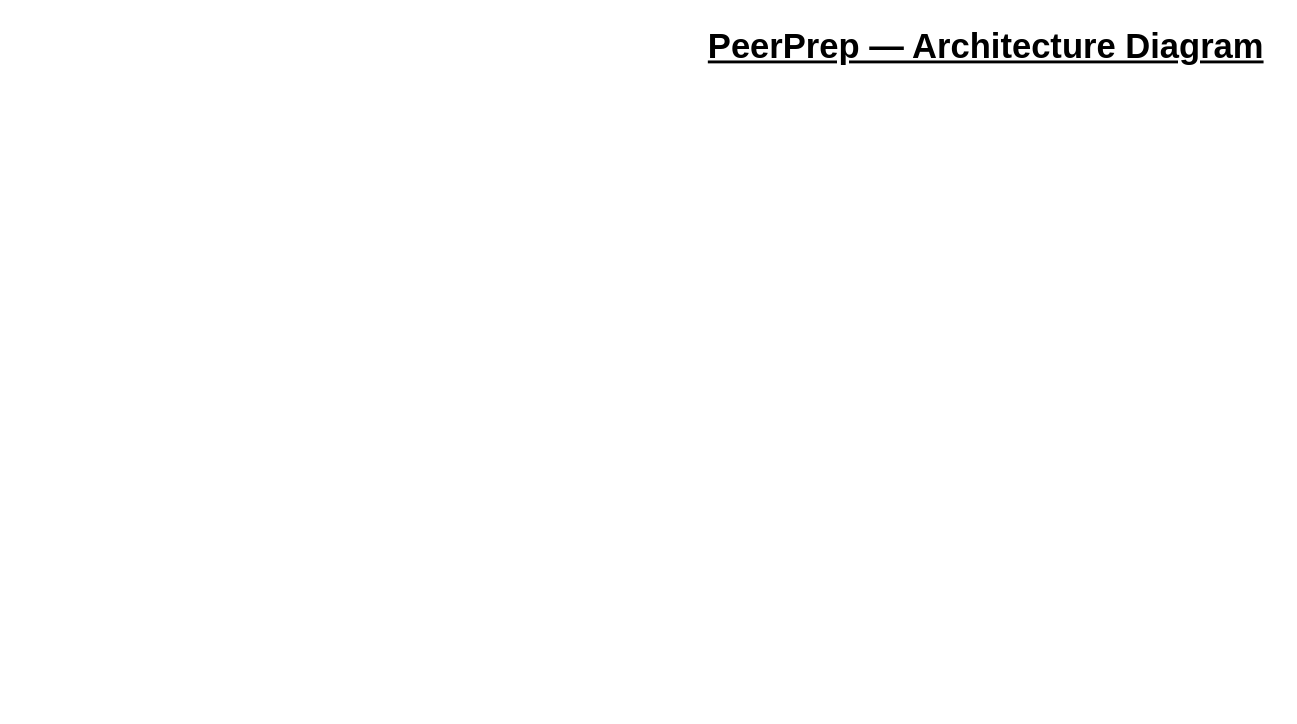
Above: page "architecture-simplified" (2 of 2) of docs/cs3219-architecture.drawio in CS3219-AY2223S1/cs3219-project-ay2223s1-g42 (draw.io), before the change. Source tidied: cells renumbered, new cells numbered last; positions are measured from the earlier drawing's top-left corner, leaving out a move shared by most shapes. Both pictures are drawn from the tidied source at 144%, with x=0, y=0 at pixel (697, 24).
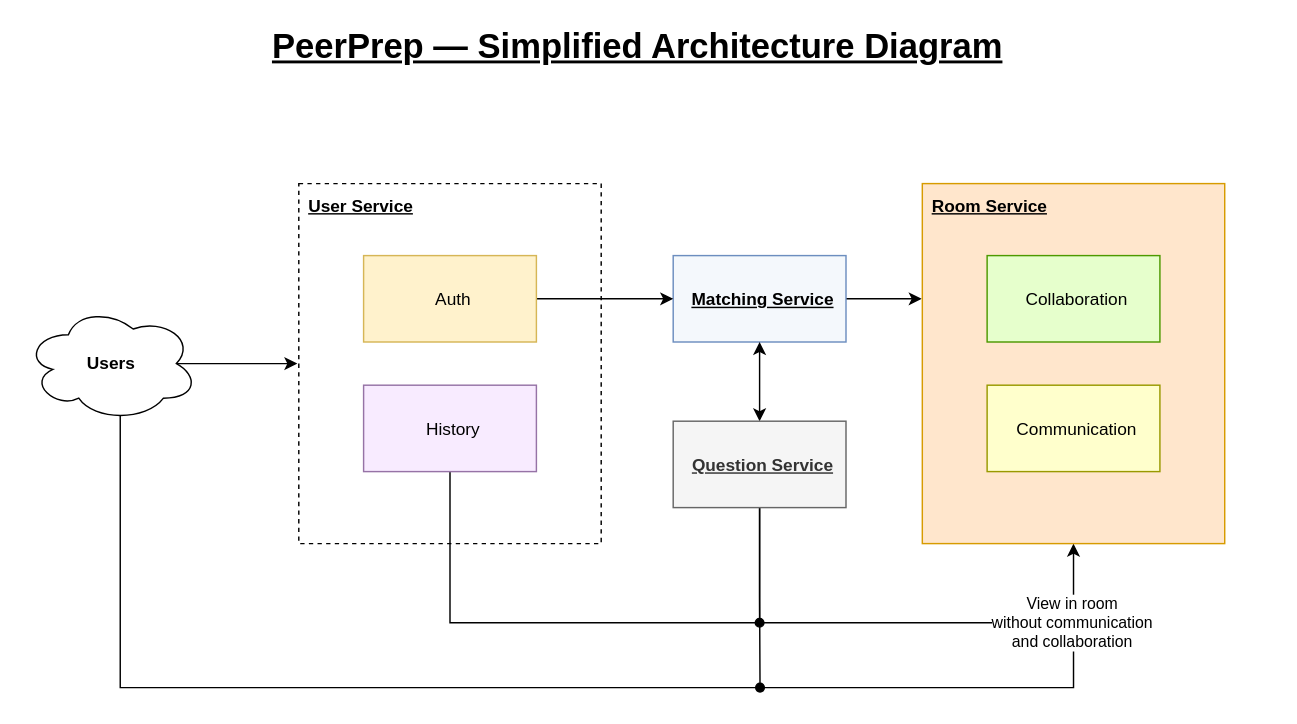
After the change.

Commit message (it also covers changes not shown here):
docs: add simplified archi diagram

Diff of the diagram source:
```diff
@@
-    <mxCell id="2" value="&lt;u style=&quot;font-size: 24px&quot;&gt;&lt;b style=&quot;font-size: 24px&quot;&gt;PeerPrep — Architecture Diagram&lt;/b&gt;&lt;/u&gt;" style="text;html=1;align=center;verticalAlign=middle;strokeColor=none;fillColor=none;fontSize=24;" parent="1" vertex="1">
-      <mxGeometry width="400" height="30" as="geometry" />
-    </mxCell>
+    <mxCell id="3" value="&lt;u style=&quot;font-size: 24px&quot;&gt;&lt;b style=&quot;font-size: 24px&quot;&gt;PeerPrep — Simplified Architecture Diagram&lt;/b&gt;&lt;/u&gt;" style="text;html=1;align=center;verticalAlign=middle;strokeColor=none;fillColor=none;fontSize=24;" parent="1" vertex="1">
+      <mxGeometry x="-302" width="520" height="30" as="geometry" />
+    </mxCell>
+    <mxCell id="4" style="edgeStyle=none;html=1;exitX=1;exitY=0.5;exitDx=0;exitDy=0;entryX=-0.002;entryY=0.32;entryDx=0;entryDy=0;entryPerimeter=0;fontSize=11;startArrow=none;startFill=0;endArrow=classic;endFill=1;rounded=0;" parent="1" edge="1" source="5" target="12">
+      <mxGeometry relative="1" as="geometry" />
+    </mxCell>
+    <mxCell id="5" value="&lt;u&gt;Matching Service&lt;/u&gt;" style="whiteSpace=wrap;html=1;align=center;verticalAlign=middle;horizontal=1;spacingLeft=5;spacingTop=2;fontStyle=1;fillColor=#F4F8FC;strokeColor=#6c8ebf;" parent="1" vertex="1">
+      <mxGeometry x="-17" y="160" width="120" height="60" as="geometry" />
+    </mxCell>
+    <mxCell id="6" value="&lt;u&gt;User Service&lt;/u&gt;" style="whiteSpace=wrap;html=1;align=left;verticalAlign=top;horizontal=1;spacingLeft=5;spacingTop=2;fontStyle=1;dashed=1;perimeterSpacing=1;" parent="1" vertex="1">
+      <mxGeometry x="-277" y="110" width="210" height="250" as="geometry" />
+    </mxCell>
+    <mxCell id="7" style="edgeStyle=none;html=1;exitX=1;exitY=0.5;exitDx=0;exitDy=0;entryX=0;entryY=0.5;entryDx=0;entryDy=0;fontSize=11;startArrow=none;startFill=0;endArrow=classic;endFill=1;rounded=0;" parent="1" edge="1" source="8" target="5">
+      <mxGeometry relative="1" as="geometry" />
+    </mxCell>
+    <mxCell id="8" value="&lt;span style=&quot;font-weight: normal&quot;&gt;Auth&lt;/span&gt;" style="whiteSpace=wrap;html=1;align=center;verticalAlign=middle;horizontal=1;spacingLeft=5;spacingTop=2;fontStyle=1;fillColor=#fff2cc;strokeColor=#d6b656;" parent="1" vertex="1">
+      <mxGeometry x="-232" y="160" width="120" height="60" as="geometry" />
+    </mxCell>
+    <mxCell id="9" value="View in room &lt;br&gt;without communication &lt;br&gt;and collaboration" style="html=1;exitX=0.5;exitY=1;exitDx=0;exitDy=0;entryX=0.5;entryY=1;entryDx=0;entryDy=0;fontSize=11;startArrow=none;startFill=0;endArrow=classic;endFill=1;edgeStyle=orthogonalEdgeStyle;elbow=vertical;rounded=0;" parent="1" edge="1" source="10" target="12">
+      <mxGeometry x="0.81" relative="1" as="geometry">
+        <Array as="points">
+          <mxPoint x="-172" y="415" />
+          <mxPoint x="261" y="415" />
+        </Array>
+      </mxGeometry>
+    </mxCell>
+    <mxCell id="10" value="&lt;span style=&quot;font-weight: normal&quot;&gt;History&lt;/span&gt;" style="whiteSpace=wrap;html=1;align=center;verticalAlign=middle;horizontal=1;spacingLeft=5;spacingTop=2;fontStyle=1;fillColor=#F8EBFF;strokeColor=#9673a6;" parent="1" vertex="1">
+      <mxGeometry x="-232" y="250" width="120" height="60" as="geometry" />
+    </mxCell>
+    <mxCell id="11" style="group;" parent="1" vertex="1">
+      <mxGeometry x="156" y="110" width="210" height="250" as="geometry" />
+    </mxCell>
+    <mxCell id="12" value="&lt;u&gt;Room Service&lt;/u&gt;&lt;span style=&quot;font-weight: normal&quot;&gt;&lt;br&gt;&lt;/span&gt;" style="whiteSpace=wrap;html=1;align=left;verticalAlign=top;horizontal=1;spacingLeft=5;spacingTop=2;fontStyle=1;fillColor=#FFE6CC;strokeColor=#d79b00;" parent="11" vertex="1">
+      <mxGeometry width="210" height="250" as="geometry" />
+    </mxCell>
+    <mxCell id="13" value="Collaboration" style="rounded=0;whiteSpace=wrap;html=1;fontSize=12;fontStyle=0;align=center;verticalAlign=middle;spacingLeft=5;spacingTop=2;fillColor=#E6FFCC;strokeColor=#4D9900;" parent="11" vertex="1">
+      <mxGeometry x="45" y="50" width="120" height="60" as="geometry" />
+    </mxCell>
+    <mxCell id="14" value="Communication" style="rounded=0;whiteSpace=wrap;html=1;fontSize=12;fontStyle=0;align=center;verticalAlign=middle;spacingLeft=5;spacingTop=2;fillColor=#FFFFCC;strokeColor=#999900;" parent="11" vertex="1">
+      <mxGeometry x="45" y="140" width="120" height="60" as="geometry" />
+    </mxCell>
+    <mxCell id="15" style="edgeStyle=none;html=1;exitX=0.5;exitY=0;exitDx=0;exitDy=0;entryX=0.5;entryY=1;entryDx=0;entryDy=0;fontSize=11;startArrow=classic;startFill=1;endArrow=classic;endFill=1;rounded=0;" parent="1" edge="1" source="18" target="5">
+      <mxGeometry relative="1" as="geometry" />
+    </mxCell>
+    <mxCell id="16" style="edgeStyle=orthogonalEdgeStyle;html=1;exitX=0.5;exitY=1;exitDx=0;exitDy=0;fontSize=11;startArrow=none;startFill=0;endArrow=oval;endFill=1;elbow=vertical;rounded=0;" parent="1" edge="1" source="18">
+      <mxGeometry relative="1" as="geometry">
+        <mxPoint x="43" y="415" as="targetPoint" />
+      </mxGeometry>
+    </mxCell>
+    <mxCell id="17" style="edgeStyle=orthogonalEdgeStyle;shape=connector;rounded=0;html=1;exitX=0.5;exitY=1;exitDx=0;exitDy=0;labelBackgroundColor=default;fontFamily=Helvetica;fontSize=11;fontColor=default;startArrow=none;startFill=0;endArrow=oval;endFill=1;strokeColor=default;elbow=vertical;" parent="1" edge="1" source="18">
+      <mxGeometry relative="1" as="geometry">
+        <mxPoint x="43.3" y="460" as="targetPoint" />
+      </mxGeometry>
+    </mxCell>
+    <mxCell id="18" value="&lt;u&gt;Question Service&lt;/u&gt;" style="whiteSpace=wrap;html=1;align=center;verticalAlign=middle;horizontal=1;spacingLeft=5;spacingTop=2;fontStyle=1;fillColor=#f5f5f5;strokeColor=#666666;fontColor=#333333;" parent="1" vertex="1">
+      <mxGeometry x="-17" y="275" width="120" height="60" as="geometry" />
+    </mxCell>
+    <mxCell id="19" style="edgeStyle=none;html=1;exitX=0.875;exitY=0.5;exitDx=0;exitDy=0;exitPerimeter=0;entryX=0;entryY=0.5;entryDx=0;entryDy=0;fontSize=11;startArrow=none;startFill=0;endArrow=classic;endFill=1;rounded=0;" parent="1" edge="1" source="21" target="6">
+      <mxGeometry relative="1" as="geometry" />
+    </mxCell>
+    <mxCell id="20" style="edgeStyle=orthogonalEdgeStyle;shape=connector;rounded=0;html=1;exitX=0.55;exitY=0.95;exitDx=0;exitDy=0;exitPerimeter=0;labelBackgroundColor=default;fontFamily=Helvetica;fontSize=11;fontColor=default;startArrow=none;startFill=0;endArrow=none;endFill=0;strokeColor=default;elbow=vertical;" parent="1" edge="1" source="21">
+      <mxGeometry relative="1" as="geometry">
+        <mxPoint x="261" y="435" as="targetPoint" />
+        <Array as="points">
+          <mxPoint x="-401" y="460" />
+          <mxPoint x="261" y="460" />
+        </Array>
+      </mxGeometry>
+    </mxCell>
+    <mxCell id="21" value="&lt;b&gt;Users&lt;/b&gt;" style="ellipse;shape=cloud;whiteSpace=wrap;html=1;" parent="1" vertex="1">
+      <mxGeometry x="-467" y="195" width="120" height="80" as="geometry" />
+    </mxCell>
```
